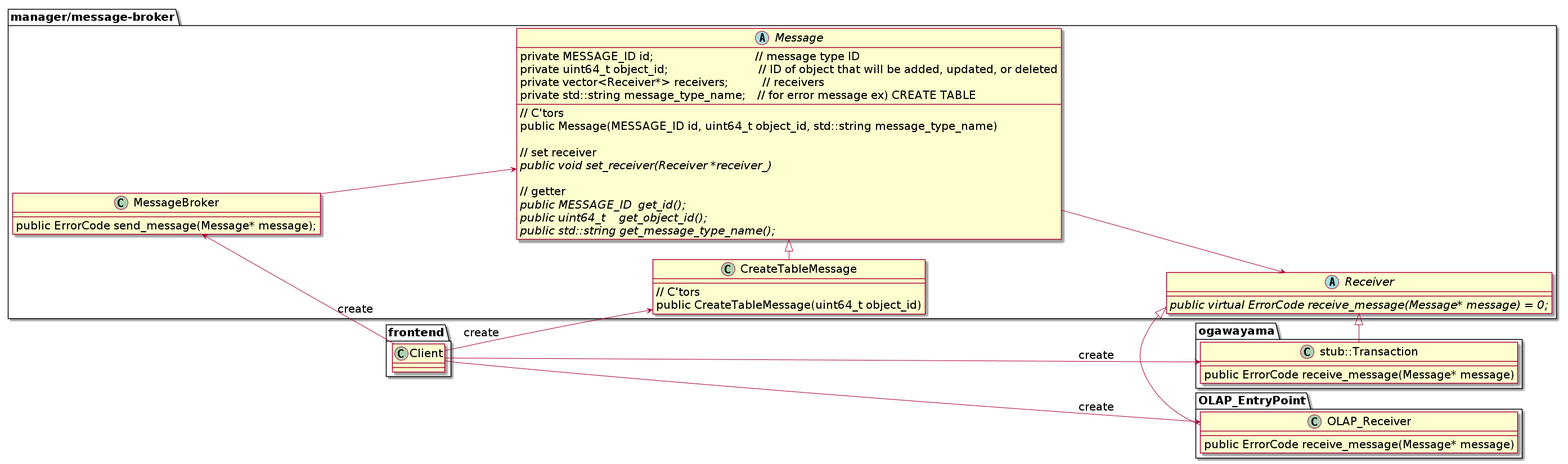
Earlier version of the PlantUML export docs/design/img/out/Command_detail/Command_detail.png (project-tsurugi/tsurugi_fdw).
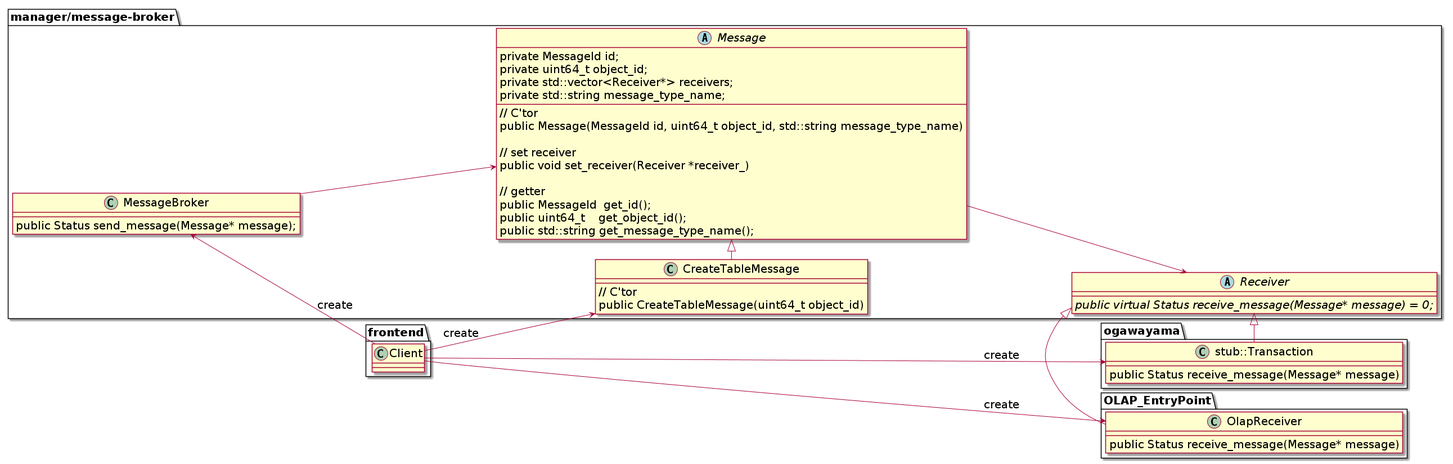
Later version of the same file.

Commit message:
Add Status class that have error code and sub error code

Change to the diagram source:
```diff
@@ -4,45 +4,45 @@
 
 package "manager/message-broker" {
   abstract class Receiver {
-    {abstract} public virtual ErrorCode receive_message(Message* message) = 0;
+    {abstract} public virtual Status receive_message(Message* message) = 0;
   }
 
   abstract class Message{
-  	{field} private MESSAGE_ID id;　　　　　　　　　// message type ID
-  	{field} private uint64_t object_id;　　　　　　　　// ID of object that will be added, updated, or deleted
-  	{field} private vector<Receiver*> receivers;　　　// receivers
-  	{field} private std::string message_type_name;　// for error message ex) CREATE TABLE
-    {method}// C'tors
-  	{method}public Message(MESSAGE_ID id, uint64_t object_id, std::string message_type_name)
+  	{field} private MessageId id;
+  	{field} private uint64_t object_id;
+  	{field} private std::vector<Receiver*> receivers;
+  	{field} private std::string message_type_name;
+    {method}// C'tor
+  	{method}public Message(MessageId id, uint64_t object_id, std::string message_type_name)
     {method}
     {method}// set receiver
-  	{method}{abstract} public void set_receiver(Receiver *receiver_)
+  	{method}public void set_receiver(Receiver *receiver_)
     {method}
     {method}// getter
-  	{method}{abstract} public MESSAGE_ID  get_id();
-  	{method}{abstract} public uint64_t    get_object_id();
-  	{method}{abstract} public std::string get_message_type_name();
+  	{method}public MessageId  get_id();
+  	{method}public uint64_t    get_object_id();
+  	{method}public std::string get_message_type_name();
   }
 
   class CreateTableMessage {
-    {method}// C'tors
+    {method}// C'tor
   	{method}public CreateTableMessage(uint64_t object_id)
   }
 
   class MessageBroker {
-    public ErrorCode send_message(Message* message);
+    public Status send_message(Message* message);
   }
 }
 
 package ogawayama {
   class "stub::Transaction" {
-    public ErrorCode receive_message(Message* message)
+    public Status receive_message(Message* message)
   }
 }
 
 package OLAP_EntryPoint {
-  class OLAP_Receiver {
-    public ErrorCode receive_message(Message* message)
+  class OlapReceiver {
+    public Status receive_message(Message* message)
   }
 }
 
@@ -63,7 +63,7 @@
 Client -> "stub::Transaction" : create
 MessageBroker <- Client : create
 
-OLAP_Receiver -|> Receiver
-Client -> OLAP_Receiver : create
+OlapReceiver -|> Receiver
+Client -> OlapReceiver : create
 
 @enduml
```
